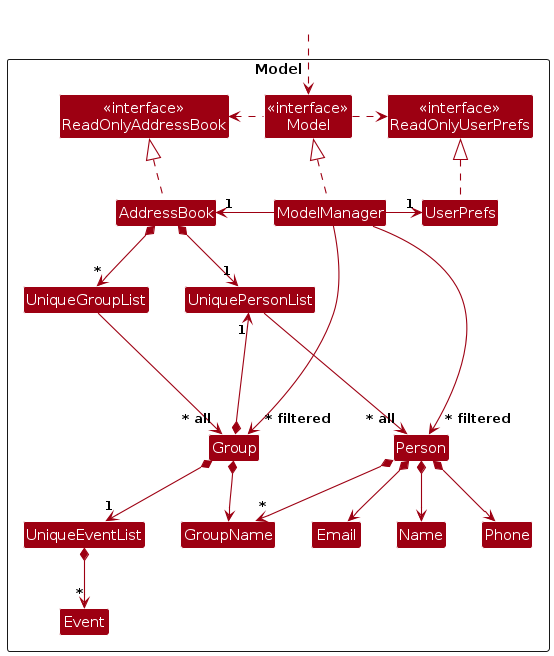
GuoGangQuan/tp keeps this PlantUML diagram as diagrams/ModelClassDiagram.png. Above is the earlier version. Its source is kept beside it as diagrams/ModelClassDiagram.puml.
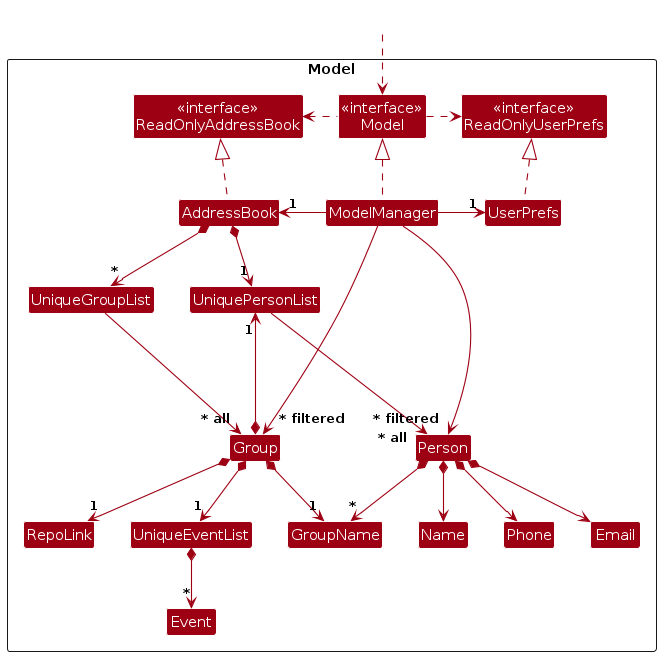
After the change.

The edit, as a diff of the source:
```diff
@@ -18,6 +18,7 @@
 Class Name
 Class Phone
 Class GroupName
+Class RepoLink
 
 Class UniqueGroupList
 Class Group
@@ -62,9 +63,10 @@
 
 AddressBook *--> "~*" UniqueGroupList
 UniqueGroupList --> "~* all" Group
-Group *--> GroupName
+Group *--> "1" GroupName
 Group *-up-> "1" UniquePersonList
 Group *--> "1" UniqueEventList
+Group *--> "1" RepoLink
 
 UniqueEventList *--> "~*" Event
 
```
